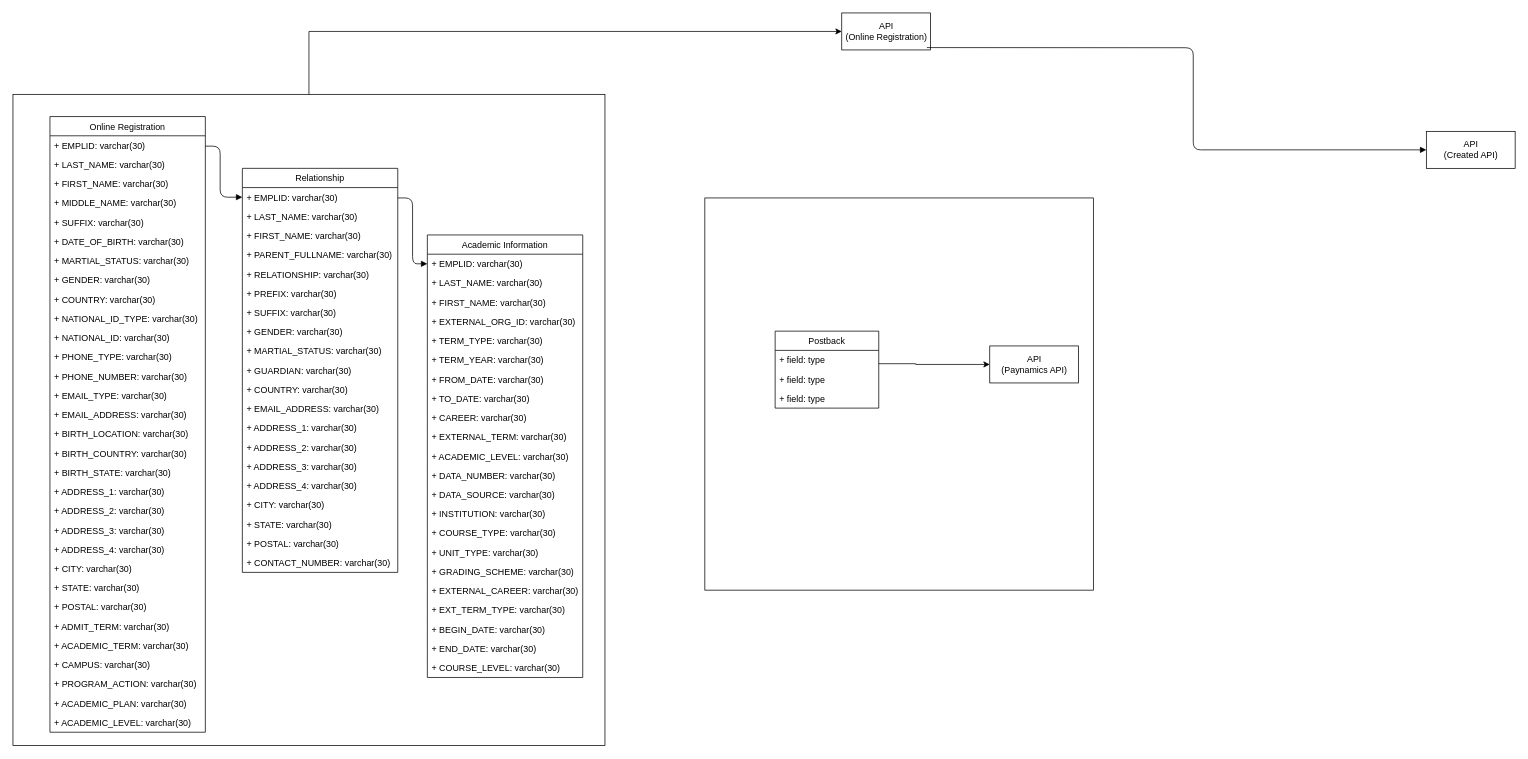
Before: page "Page-3" (2 of 2) of Untitled Diagram.drawio in masterdeans/danidean, a draw.io diagram. Source tidied: cells renumbered, new cells numbered last; positions are measured from the earlier drawing's top-left corner, leaving out a move shared by most shapes. Both pictures are drawn from the tidied source at 74%, with x=0, y=0 at pixel (13, 13).
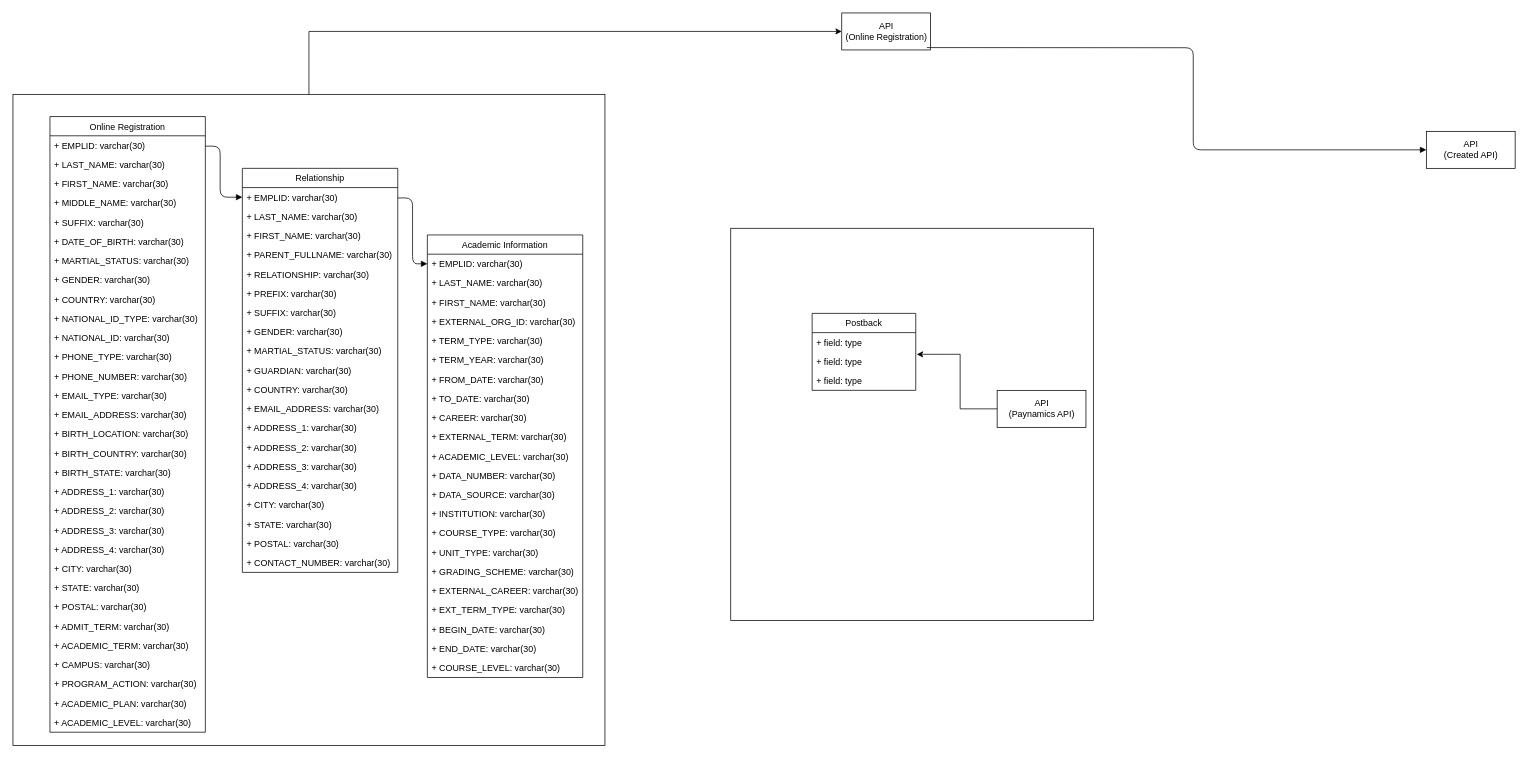
The same diagram, later.

Unchanged cells that the change refers to:
```xml
<mxCell id="90" value="+ field: type" style="text;strokeColor=none;fillColor=none;align=left;verticalAlign=top;spacingLeft=4;spacingRight=4;overflow=hidden;points=[[0,0.5],[1,0.5]];portConstraint=eastwest;" parent="88" vertex="1">
  <mxGeometry y="52" width="140" height="26" as="geometry" />
</mxCell>
```

Diff of the diagram source:
```diff
@@
     <mxCell id="2" style="html=1;" parent="1" vertex="1">
-      <mxGeometry x="935" y="250" width="525" height="530" as="geometry" />
+      <mxGeometry x="970" y="291" width="490" height="530" as="geometry" />
     </mxCell>
@@
-    <mxCell id="59" style="edgeStyle=orthogonalEdgeStyle;rounded=0;jettySize=auto;html=1;entryX=0;entryY=0.5;entryDx=0;entryDy=0;" parent="1" edge="1" source="88" target="61">
-      <mxGeometry relative="1" as="geometry">
-        <Array as="points">
-          <mxPoint x="1220" y="474" />
-          <mxPoint x="1320" y="475" />
-        </Array>
-      </mxGeometry>
-    </mxCell>
@@
     <mxCell id="61" value="API&lt;br&gt;(Paynamics API)" style="html=1;" parent="1" vertex="1">
-      <mxGeometry x="1320" y="450" width="120" height="50" as="geometry" />
+      <mxGeometry x="1330" y="510" width="120" height="50" as="geometry" />
     </mxCell>
@@
+    <mxCell id="92" style="edgeStyle=orthogonalEdgeStyle;rounded=0;jettySize=auto;html=1;entryX=1.01;entryY=0.128;entryDx=0;entryDy=0;entryPerimeter=0;exitX=0;exitY=0.5;exitDx=0;exitDy=0;" parent="1" edge="1" source="61" target="90">
+      <mxGeometry relative="1" as="geometry">
+        <Array as="points">
+          <mxPoint x="1280" y="535" />
+          <mxPoint x="1280" y="461" />
+        </Array>
+      </mxGeometry>
+    </mxCell>
     <mxCell id="88" value="Postback" style="swimlane;fontStyle=0;horizontal=1;startSize=26;fillColor=none;" parent="1" vertex="1">
-      <mxGeometry x="1030" y="430" width="140" height="104" as="geometry" />
+      <mxGeometry x="1080" y="406" width="140" height="104" as="geometry" />
     </mxCell>
```
